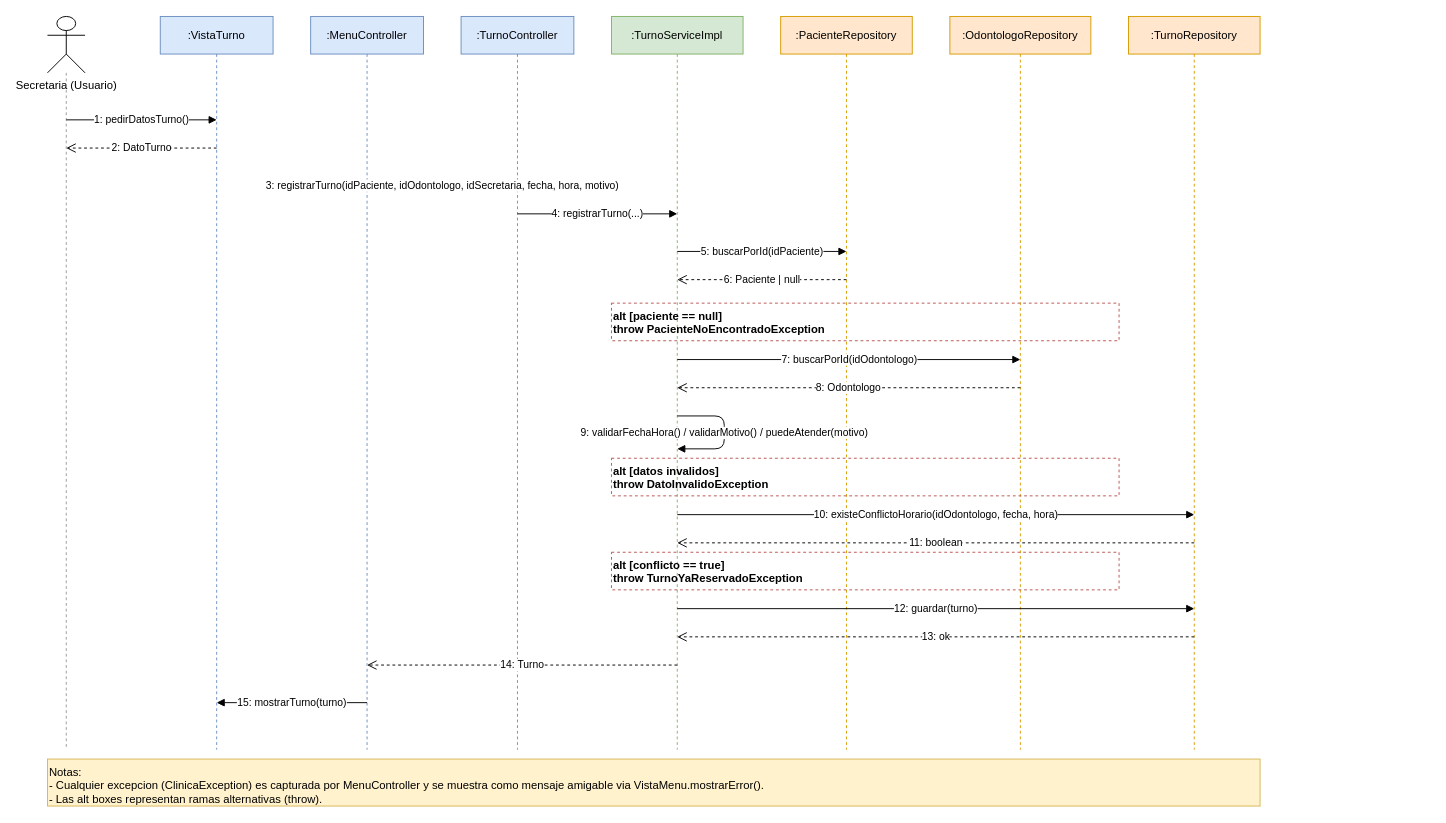
This is diagrama_secuencia_alta_turno.drawio from bautista00/Proyecto_ClinicaOdontologica, a draw.io file, before an edit. Source tidied: cells renumbered, new cells numbered last; positions are measured from the earlier drawing's top-left corner, leaving out a move shared by most shapes. Both pictures are drawn from the tidied source at 94%, with x=0, y=0 at pixel (47, 16).
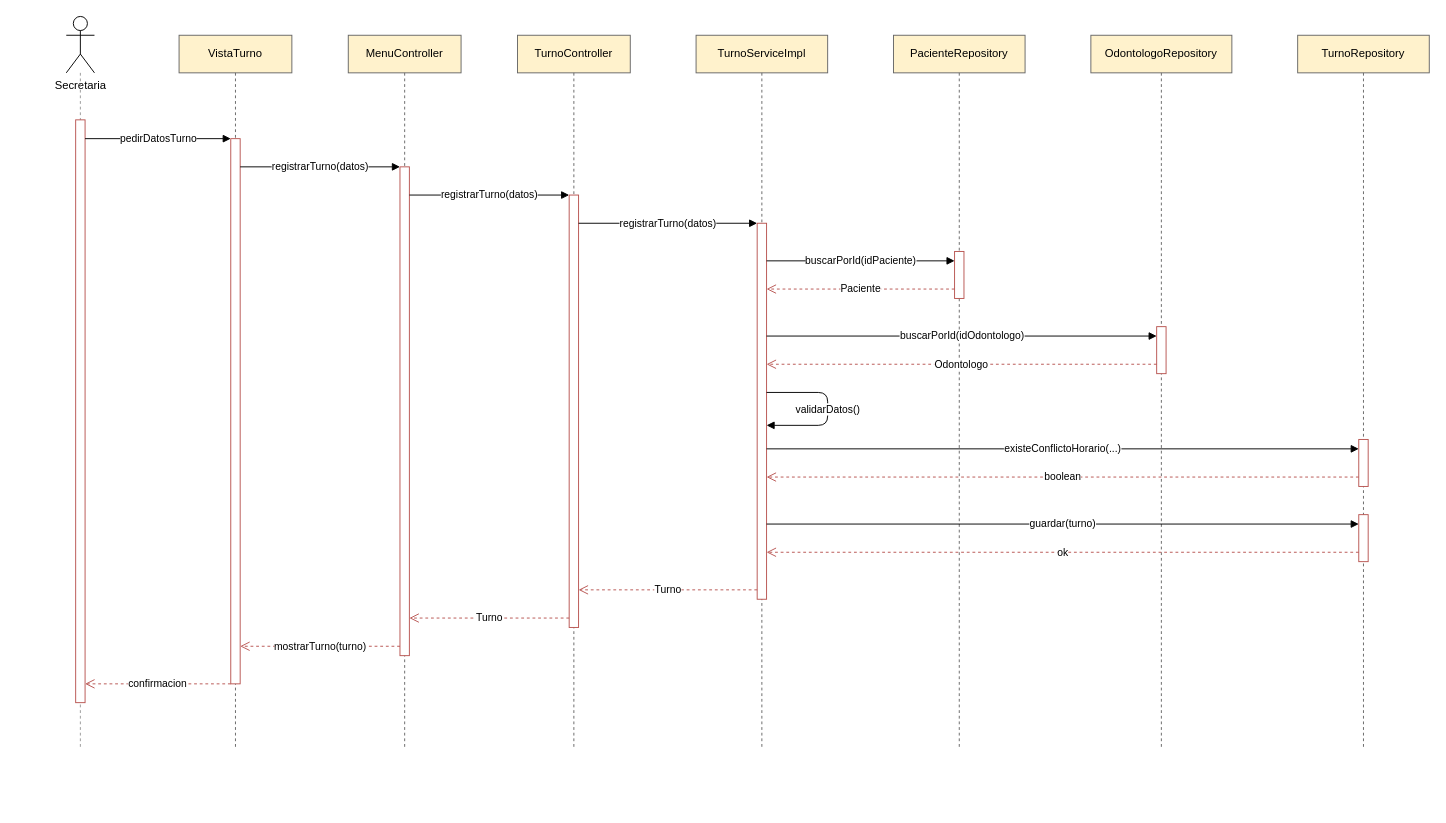
After the change.

Change to the diagram source:
```diff
@@
-    <mxCell id="2" value="Secretaria (Usuario)" style="shape=umlActor;verticalLabelPosition=bottom;labelBackgroundColor=#ffffff;verticalAlign=top;html=1;outlineConnect=0;" parent="1" vertex="1">
-      <mxGeometry width="40" height="60" as="geometry" />
+    <mxCell id="2" value="Secretaria" style="shape=umlActor;verticalLabelPosition=bottom;labelBackgroundColor=#ffffff;verticalAlign=top;html=1;outlineConnect=0;" parent="1" vertex="1">
+      <mxGeometry x="20" width="30" height="60" as="geometry" />
     </mxCell>
     <mxCell id="3" style="endArrow=none;dashed=1;html=1;strokeColor=#999999;" parent="1" edge="1" source="2">
       <mxGeometry relative="1" as="geometry">
-        <mxPoint x="20" y="780" as="targetPoint" />
+        <mxPoint x="35" y="780" as="targetPoint" />
       </mxGeometry>
     </mxCell>
-    <mxCell id="4" value=":VistaTurno" style="shape=umlLifeline;perimeter=lifelinePerimeter;whiteSpace=wrap;html=1;rounded=0;fillColor=#dae8fc;strokeColor=#6c8ebf;" parent="1" vertex="1">
-      <mxGeometry x="120" width="120" height="780" as="geometry" />
+    <mxCell id="4" value="VistaTurno" style="shape=umlLifeline;perimeter=lifelinePerimeter;whiteSpace=wrap;html=1;rounded=0;fillColor=#fff2cc;strokeColor=#666666;" parent="1" vertex="1">
+      <mxGeometry x="140" y="20" width="120" height="760" as="geometry" />
     </mxCell>
-    <mxCell id="5" value=":MenuController" style="shape=umlLifeline;perimeter=lifelinePerimeter;whiteSpace=wrap;html=1;rounded=0;fillColor=#dae8fc;strokeColor=#6c8ebf;" parent="1" vertex="1">
-      <mxGeometry x="280" width="120" height="780" as="geometry" />
+    <mxCell id="5" value="MenuController" style="shape=umlLifeline;perimeter=lifelinePerimeter;whiteSpace=wrap;html=1;rounded=0;fillColor=#fff2cc;strokeColor=#666666;" parent="1" vertex="1">
+      <mxGeometry x="320" y="20" width="120" height="760" as="geometry" />
     </mxCell>
-    <mxCell id="6" value=":TurnoController" style="shape=umlLifeline;perimeter=lifelinePerimeter;whiteSpace=wrap;html=1;rounded=0;fillColor=#dae8fc;strokeColor=#6c8ebf;" parent="1" vertex="1">
-      <mxGeometry x="440" width="120" height="780" as="geometry" />
+    <mxCell id="6" value="TurnoController" style="shape=umlLifeline;perimeter=lifelinePerimeter;whiteSpace=wrap;html=1;rounded=0;fillColor=#fff2cc;strokeColor=#666666;" parent="1" vertex="1">
+      <mxGeometry x="500" y="20" width="120" height="760" as="geometry" />
     </mxCell>
-    <mxCell id="7" value=":TurnoServiceImpl" style="shape=umlLifeline;perimeter=lifelinePerimeter;whiteSpace=wrap;html=1;rounded=0;fillColor=#d5e8d4;strokeColor=#82b366;" parent="1" vertex="1">
-      <mxGeometry x="600" width="140" height="780" as="geometry" />
+    <mxCell id="7" value="TurnoServiceImpl" style="shape=umlLifeline;perimeter=lifelinePerimeter;whiteSpace=wrap;html=1;rounded=0;fillColor=#fff2cc;strokeColor=#666666;" parent="1" vertex="1">
+      <mxGeometry x="690" y="20" width="140" height="760" as="geometry" />
     </mxCell>
-    <mxCell id="8" value=":PacienteRepository" style="shape=umlLifeline;perimeter=lifelinePerimeter;whiteSpace=wrap;html=1;rounded=0;fillColor=#ffe6cc;strokeColor=#d79b00;" parent="1" vertex="1">
-      <mxGeometry x="780" width="140" height="780" as="geometry" />
+    <mxCell id="8" value="PacienteRepository" style="shape=umlLifeline;perimeter=lifelinePerimeter;whiteSpace=wrap;html=1;rounded=0;fillColor=#fff2cc;strokeColor=#666666;" parent="1" vertex="1">
+      <mxGeometry x="900" y="20" width="140" height="760" as="geometry" />
     </mxCell>
-    <mxCell id="9" value=":OdontologoRepository" style="shape=umlLifeline;perimeter=lifelinePerimeter;whiteSpace=wrap;html=1;rounded=0;fillColor=#ffe6cc;strokeColor=#d79b00;" parent="1" vertex="1">
-      <mxGeometry x="960" width="150" height="780" as="geometry" />
+    <mxCell id="9" value="OdontologoRepository" style="shape=umlLifeline;perimeter=lifelinePerimeter;whiteSpace=wrap;html=1;rounded=0;fillColor=#fff2cc;strokeColor=#666666;" parent="1" vertex="1">
+      <mxGeometry x="1110" y="20" width="150" height="760" as="geometry" />
     </mxCell>
-    <mxCell id="10" value=":TurnoRepository" style="shape=umlLifeline;perimeter=lifelinePerimeter;whiteSpace=wrap;html=1;rounded=0;fillColor=#ffe6cc;strokeColor=#d79b00;" parent="1" vertex="1">
-      <mxGeometry x="1150" width="140" height="780" as="geometry" />
+    <mxCell id="10" value="TurnoRepository" style="shape=umlLifeline;perimeter=lifelinePerimeter;whiteSpace=wrap;html=1;rounded=0;fillColor=#fff2cc;strokeColor=#666666;" parent="1" vertex="1">
+      <mxGeometry x="1330" y="20" width="140" height="760" as="geometry" />
     </mxCell>
-    <mxCell id="11" value="1: pedirDatosTurno()" style="html=1;endArrow=block;elbow=vertical;startArrow=none;endFill=1;" parent="1" edge="1">
-      <mxGeometry relative="1" as="geometry">
-        <mxPoint x="20" y="110" as="sourcePoint" />
-        <mxPoint x="180" y="110" as="targetPoint" />
-      </mxGeometry>
-    </mxCell>
-    <mxCell id="12" value="2: DatoTurno" style="html=1;endArrow=open;dashed=1;endFill=0;endSize=8;" parent="1" edge="1">
-      <mxGeometry relative="1" as="geometry">
-        <mxPoint x="180" y="140" as="sourcePoint" />
-        <mxPoint x="20" y="140" as="targetPoint" />
-      </mxGeometry>
-    </mxCell>
-    <mxCell id="13" value="3: registrarTurno(idPaciente, idOdontologo, idSecretaria, fecha, hora, motivo)" style="html=1;endArrow=block;endFill=1;" parent="1" edge="1">
-      <mxGeometry relative="1" as="geometry">
-        <mxPoint x="340" y="180" as="sourcePoint" />
-        <mxPoint x="500" y="180" as="targetPoint" />
-      </mxGeometry>
-    </mxCell>
-    <mxCell id="14" value="4: registrarTurno(...)" style="html=1;endArrow=block;endFill=1;" parent="1" edge="1">
-      <mxGeometry relative="1" as="geometry">
-        <mxPoint x="500" y="210" as="sourcePoint" />
-        <mxPoint x="670" y="210" as="targetPoint" />
-      </mxGeometry>
-    </mxCell>
-    <mxCell id="15" value="5: buscarPorId(idPaciente)" style="html=1;endArrow=block;endFill=1;" parent="1" edge="1">
-      <mxGeometry relative="1" as="geometry">
-        <mxPoint x="670" y="250" as="sourcePoint" />
-        <mxPoint x="850" y="250" as="targetPoint" />
-      </mxGeometry>
-    </mxCell>
-    <mxCell id="16" value="6: Paciente | null" style="html=1;endArrow=open;dashed=1;endFill=0;endSize=8;" parent="1" edge="1">
-      <mxGeometry relative="1" as="geometry">
-        <mxPoint x="850" y="280" as="sourcePoint" />
-        <mxPoint x="670" y="280" as="targetPoint" />
-      </mxGeometry>
-    </mxCell>
-    <mxCell id="17" value="alt [paciente == null]&#10;throw PacienteNoEncontradoException" style="rounded=0;whiteSpace=wrap;html=1;dashed=1;fillColor=none;strokeColor=#B85450;align=left;verticalAlign=top;fontStyle=1;" parent="1" vertex="1">
-      <mxGeometry x="600" y="305" width="540" height="40" as="geometry" />
-    </mxCell>
-    <mxCell id="18" value="7: buscarPorId(idOdontologo)" style="html=1;endArrow=block;endFill=1;" parent="1" edge="1">
-      <mxGeometry relative="1" as="geometry">
-        <mxPoint x="670" y="365" as="sourcePoint" />
-        <mxPoint x="1035" y="365" as="targetPoint" />
-      </mxGeometry>
-    </mxCell>
-    <mxCell id="19" value="8: Odontologo" style="html=1;endArrow=open;dashed=1;endFill=0;endSize=8;" parent="1" edge="1">
-      <mxGeometry relative="1" as="geometry">
-        <mxPoint x="1035" y="395" as="sourcePoint" />
-        <mxPoint x="670" y="395" as="targetPoint" />
-      </mxGeometry>
-    </mxCell>
-    <mxCell id="20" value="9: validarFechaHora() / validarMotivo() / puedeAtender(motivo)" style="html=1;endArrow=block;endFill=1;curved=0;" parent="1" edge="1">
-      <mxGeometry relative="1" as="geometry">
-        <mxPoint x="670" y="425" as="sourcePoint" />
-        <mxPoint x="670" y="460" as="targetPoint" />
-        <Array as="points">
-          <mxPoint x="720" y="425" />
-          <mxPoint x="720" y="460" />
-        </Array>
-      </mxGeometry>
-    </mxCell>
-    <mxCell id="21" value="alt [datos invalidos]&#10;throw DatoInvalidoException" style="rounded=0;whiteSpace=wrap;html=1;dashed=1;fillColor=none;strokeColor=#B85450;align=left;verticalAlign=top;fontStyle=1;" parent="1" vertex="1">
-      <mxGeometry x="600" y="470" width="540" height="40" as="geometry" />
-    </mxCell>
-    <mxCell id="22" value="10: existeConflictoHorario(idOdontologo, fecha, hora)" style="html=1;endArrow=block;endFill=1;" parent="1" edge="1">
-      <mxGeometry relative="1" as="geometry">
-        <mxPoint x="670" y="530" as="sourcePoint" />
-        <mxPoint x="1220" y="530" as="targetPoint" />
-      </mxGeometry>
-    </mxCell>
-    <mxCell id="23" value="11: boolean" style="html=1;endArrow=open;dashed=1;endFill=0;endSize=8;" parent="1" edge="1">
-      <mxGeometry relative="1" as="geometry">
-        <mxPoint x="1220" y="560" as="sourcePoint" />
-        <mxPoint x="670" y="560" as="targetPoint" />
-      </mxGeometry>
-    </mxCell>
-    <mxCell id="24" value="alt [conflicto == true]&#10;throw TurnoYaReservadoException" style="rounded=0;whiteSpace=wrap;html=1;dashed=1;fillColor=none;strokeColor=#B85450;align=left;verticalAlign=top;fontStyle=1;" parent="1" vertex="1">
-      <mxGeometry x="600" y="570" width="540" height="40" as="geometry" />
-    </mxCell>
-    <mxCell id="25" value="12: guardar(turno)" style="html=1;endArrow=block;endFill=1;" parent="1" edge="1">
-      <mxGeometry relative="1" as="geometry">
-        <mxPoint x="670" y="630" as="sourcePoint" />
-        <mxPoint x="1220" y="630" as="targetPoint" />
-      </mxGeometry>
-    </mxCell>
-    <mxCell id="26" value="13: ok" style="html=1;endArrow=open;dashed=1;endFill=0;endSize=8;" parent="1" edge="1">
-      <mxGeometry relative="1" as="geometry">
-        <mxPoint x="1220" y="660" as="sourcePoint" />
-        <mxPoint x="670" y="660" as="targetPoint" />
-      </mxGeometry>
-    </mxCell>
-    <mxCell id="27" value="14: Turno" style="html=1;endArrow=open;dashed=1;endFill=0;endSize=8;" parent="1" edge="1">
-      <mxGeometry relative="1" as="geometry">
-        <mxPoint x="670" y="690" as="sourcePoint" />
-        <mxPoint x="340" y="690" as="targetPoint" />
-      </mxGeometry>
-    </mxCell>
-    <mxCell id="28" value="15: mostrarTurno(turno)" style="html=1;endArrow=block;endFill=1;" parent="1" edge="1">
-      <mxGeometry relative="1" as="geometry">
-        <mxPoint x="340" y="730" as="sourcePoint" />
-        <mxPoint x="180" y="730" as="targetPoint" />
-      </mxGeometry>
-    </mxCell>
-    <mxCell id="29" value="Notas:&#10;- Cualquier excepcion (ClinicaException) es capturada por MenuController y se muestra como mensaje amigable via VistaMenu.mostrarError().&#10;- Las alt boxes representan ramas alternativas (throw)." style="rounded=0;whiteSpace=wrap;html=1;fillColor=#fff2cc;strokeColor=#d6b656;align=left;verticalAlign=top;" parent="1" vertex="1">
-      <mxGeometry y="790" width="1290" height="50" as="geometry" />
-    </mxCell>
+    <mxCell id="30" style="rounded=0;whiteSpace=wrap;html=1;fillColor=#ffffff;strokeColor=#B85450;" parent="1" vertex="1">
+      <mxGeometry x="30" y="110" width="10" height="620" as="geometry" />
+    </mxCell>
+    <mxCell id="31" style="rounded=0;whiteSpace=wrap;html=1;fillColor=#ffffff;strokeColor=#B85450;" parent="1" vertex="1">
+      <mxGeometry x="195" y="130" width="10" height="580" as="geometry" />
+    </mxCell>
+    <mxCell id="32" style="rounded=0;whiteSpace=wrap;html=1;fillColor=#ffffff;strokeColor=#B85450;" parent="1" vertex="1">
+      <mxGeometry x="375" y="160" width="10" height="520" as="geometry" />
+    </mxCell>
+    <mxCell id="33" style="rounded=0;whiteSpace=wrap;html=1;fillColor=#ffffff;strokeColor=#B85450;" parent="1" vertex="1">
+      <mxGeometry x="555" y="190" width="10" height="460" as="geometry" />
+    </mxCell>
+    <mxCell id="34" style="rounded=0;whiteSpace=wrap;html=1;fillColor=#ffffff;strokeColor=#B85450;" parent="1" vertex="1">
+      <mxGeometry x="755" y="220" width="10" height="400" as="geometry" />
+    </mxCell>
+    <mxCell id="35" style="rounded=0;whiteSpace=wrap;html=1;fillColor=#ffffff;strokeColor=#B85450;" parent="1" vertex="1">
+      <mxGeometry x="965" y="250" width="10" height="50" as="geometry" />
+    </mxCell>
+    <mxCell id="36" style="rounded=0;whiteSpace=wrap;html=1;fillColor=#ffffff;strokeColor=#B85450;" parent="1" vertex="1">
+      <mxGeometry x="1180" y="330" width="10" height="50" as="geometry" />
+    </mxCell>
+    <mxCell id="37" style="rounded=0;whiteSpace=wrap;html=1;fillColor=#ffffff;strokeColor=#B85450;" parent="1" vertex="1">
+      <mxGeometry x="1395" y="450" width="10" height="50" as="geometry" />
+    </mxCell>
+    <mxCell id="38" style="rounded=0;whiteSpace=wrap;html=1;fillColor=#ffffff;strokeColor=#B85450;" parent="1" vertex="1">
+      <mxGeometry x="1395" y="530" width="10" height="50" as="geometry" />
+    </mxCell>
+    <mxCell id="39" value="pedirDatosTurno" style="html=1;endArrow=block;endFill=1;" parent="1" edge="1">
+      <mxGeometry relative="1" as="geometry">
+        <mxPoint x="40" y="130" as="sourcePoint" />
+        <mxPoint x="195" y="130" as="targetPoint" />
+      </mxGeometry>
+    </mxCell>
+    <mxCell id="40" value="registrarTurno(datos)" style="html=1;endArrow=block;endFill=1;" parent="1" edge="1">
+      <mxGeometry relative="1" as="geometry">
+        <mxPoint x="205" y="160" as="sourcePoint" />
+        <mxPoint x="375" y="160" as="targetPoint" />
+      </mxGeometry>
+    </mxCell>
+    <mxCell id="41" value="registrarTurno(datos)" style="html=1;endArrow=block;endFill=1;" parent="1" edge="1">
+      <mxGeometry relative="1" as="geometry">
+        <mxPoint x="385" y="190" as="sourcePoint" />
+        <mxPoint x="555" y="190" as="targetPoint" />
+      </mxGeometry>
+    </mxCell>
+    <mxCell id="42" value="registrarTurno(datos)" style="html=1;endArrow=block;endFill=1;" parent="1" edge="1">
+      <mxGeometry relative="1" as="geometry">
+        <mxPoint x="565" y="220" as="sourcePoint" />
+        <mxPoint x="755" y="220" as="targetPoint" />
+      </mxGeometry>
+    </mxCell>
+    <mxCell id="43" value="buscarPorId(idPaciente)" style="html=1;endArrow=block;endFill=1;" parent="1" edge="1">
+      <mxGeometry relative="1" as="geometry">
+        <mxPoint x="765" y="260" as="sourcePoint" />
+        <mxPoint x="965" y="260" as="targetPoint" />
+      </mxGeometry>
+    </mxCell>
+    <mxCell id="44" value="Paciente" style="html=1;endArrow=open;dashed=1;endFill=0;endSize=8;strokeColor=#B85450;" parent="1" edge="1">
+      <mxGeometry relative="1" as="geometry">
+        <mxPoint x="965" y="290" as="sourcePoint" />
+        <mxPoint x="765" y="290" as="targetPoint" />
+      </mxGeometry>
+    </mxCell>
+    <mxCell id="45" value="buscarPorId(idOdontologo)" style="html=1;endArrow=block;endFill=1;" parent="1" edge="1">
+      <mxGeometry relative="1" as="geometry">
+        <mxPoint x="765" y="340" as="sourcePoint" />
+        <mxPoint x="1180" y="340" as="targetPoint" />
+      </mxGeometry>
+    </mxCell>
+    <mxCell id="46" value="Odontologo" style="html=1;endArrow=open;dashed=1;endFill=0;endSize=8;strokeColor=#B85450;" parent="1" edge="1">
+      <mxGeometry relative="1" as="geometry">
+        <mxPoint x="1180" y="370" as="sourcePoint" />
+        <mxPoint x="765" y="370" as="targetPoint" />
+      </mxGeometry>
+    </mxCell>
+    <mxCell id="47" value="validarDatos()" style="html=1;endArrow=block;endFill=1;curved=0;" parent="1" edge="1">
+      <mxGeometry relative="1" as="geometry">
+        <mxPoint x="765" y="400" as="sourcePoint" />
+        <mxPoint x="765" y="435" as="targetPoint" />
+        <Array as="points">
+          <mxPoint x="830" y="400" />
+          <mxPoint x="830" y="435" />
+        </Array>
+      </mxGeometry>
+    </mxCell>
+    <mxCell id="48" value="existeConflictoHorario(...)" style="html=1;endArrow=block;endFill=1;" parent="1" edge="1">
+      <mxGeometry relative="1" as="geometry">
+        <mxPoint x="765" y="460" as="sourcePoint" />
+        <mxPoint x="1395" y="460" as="targetPoint" />
+      </mxGeometry>
+    </mxCell>
+    <mxCell id="49" value="boolean" style="html=1;endArrow=open;dashed=1;endFill=0;endSize=8;strokeColor=#B85450;" parent="1" edge="1">
+      <mxGeometry relative="1" as="geometry">
+        <mxPoint x="1395" y="490" as="sourcePoint" />
+        <mxPoint x="765" y="490" as="targetPoint" />
+      </mxGeometry>
+    </mxCell>
+    <mxCell id="50" value="guardar(turno)" style="html=1;endArrow=block;endFill=1;" parent="1" edge="1">
+      <mxGeometry relative="1" as="geometry">
+        <mxPoint x="765" y="540" as="sourcePoint" />
+        <mxPoint x="1395" y="540" as="targetPoint" />
+      </mxGeometry>
+    </mxCell>
+    <mxCell id="51" value="ok" style="html=1;endArrow=open;dashed=1;endFill=0;endSize=8;strokeColor=#B85450;" parent="1" edge="1">
+      <mxGeometry relative="1" as="geometry">
+        <mxPoint x="1395" y="570" as="sourcePoint" />
+        <mxPoint x="765" y="570" as="targetPoint" />
+      </mxGeometry>
+    </mxCell>
+    <mxCell id="52" value="Turno" style="html=1;endArrow=open;dashed=1;endFill=0;endSize=8;strokeColor=#B85450;" parent="1" edge="1">
+      <mxGeometry relative="1" as="geometry">
+        <mxPoint x="755" y="610" as="sourcePoint" />
+        <mxPoint x="565" y="610" as="targetPoint" />
+      </mxGeometry>
+    </mxCell>
+    <mxCell id="53" value="Turno" style="html=1;endArrow=open;dashed=1;endFill=0;endSize=8;strokeColor=#B85450;" parent="1" edge="1">
+      <mxGeometry relative="1" as="geometry">
+        <mxPoint x="555" y="640" as="sourcePoint" />
+        <mxPoint x="385" y="640" as="targetPoint" />
+      </mxGeometry>
+    </mxCell>
+    <mxCell id="54" value="mostrarTurno(turno)" style="html=1;endArrow=open;dashed=1;endFill=0;endSize=8;strokeColor=#B85450;" parent="1" edge="1">
+      <mxGeometry relative="1" as="geometry">
+        <mxPoint x="375" y="670" as="sourcePoint" />
+        <mxPoint x="205" y="670" as="targetPoint" />
+      </mxGeometry>
+    </mxCell>
+    <mxCell id="55" value="confirmacion" style="html=1;endArrow=open;dashed=1;endFill=0;endSize=8;strokeColor=#B85450;" parent="1" edge="1">
+      <mxGeometry relative="1" as="geometry">
+        <mxPoint x="195" y="710" as="sourcePoint" />
+        <mxPoint x="40" y="710" as="targetPoint" />
+      </mxGeometry>
+    </mxCell>
```
